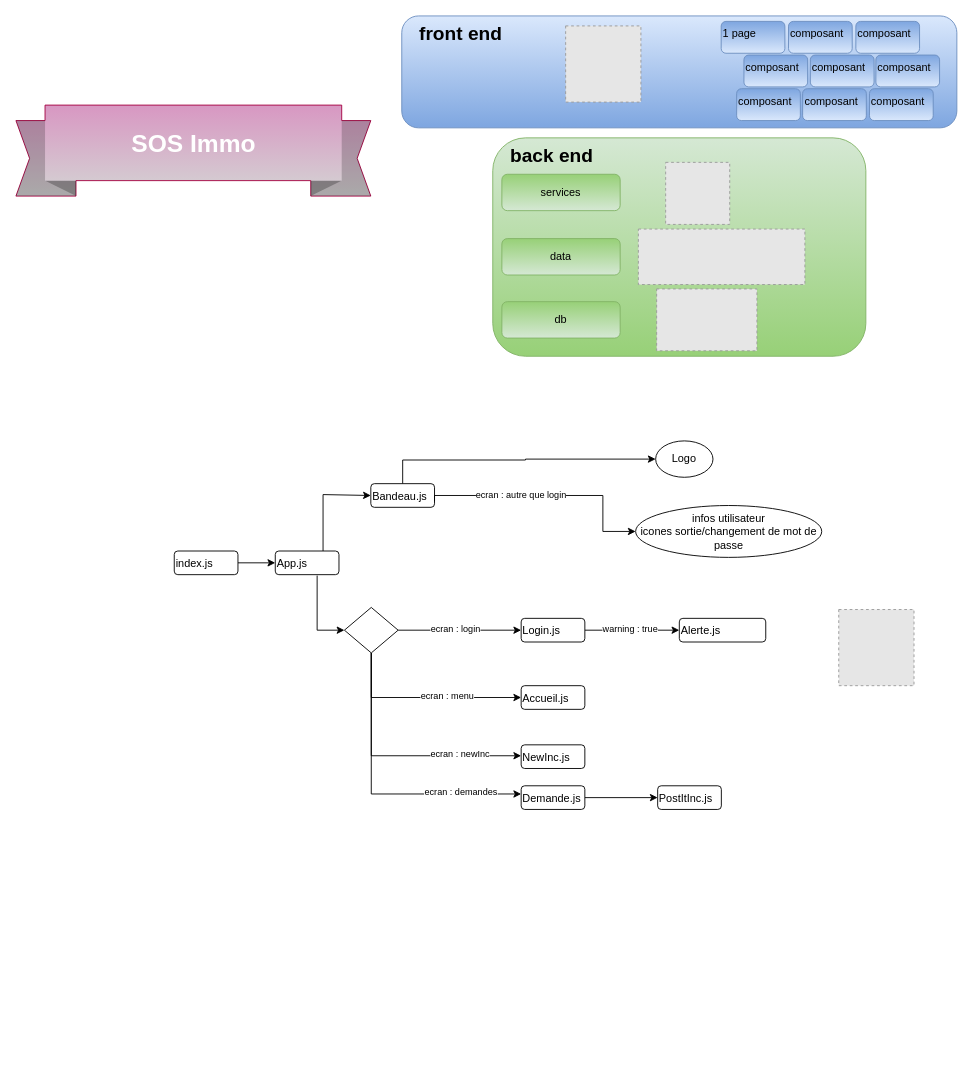
The draw.io diagram doc/archi V1.drawio in mapette/sos_immo_backend, before the edit. Source tidied: cells renumbered, new cells numbered last; positions are measured from the earlier drawing's top-left corner, leaving out a move shared by most shapes. Both pictures are drawn from the tidied source at 91%, with x=0, y=0 at pixel (15, 15). Pictures stored in the file or linked from it are replaced by grey dashed boxes.
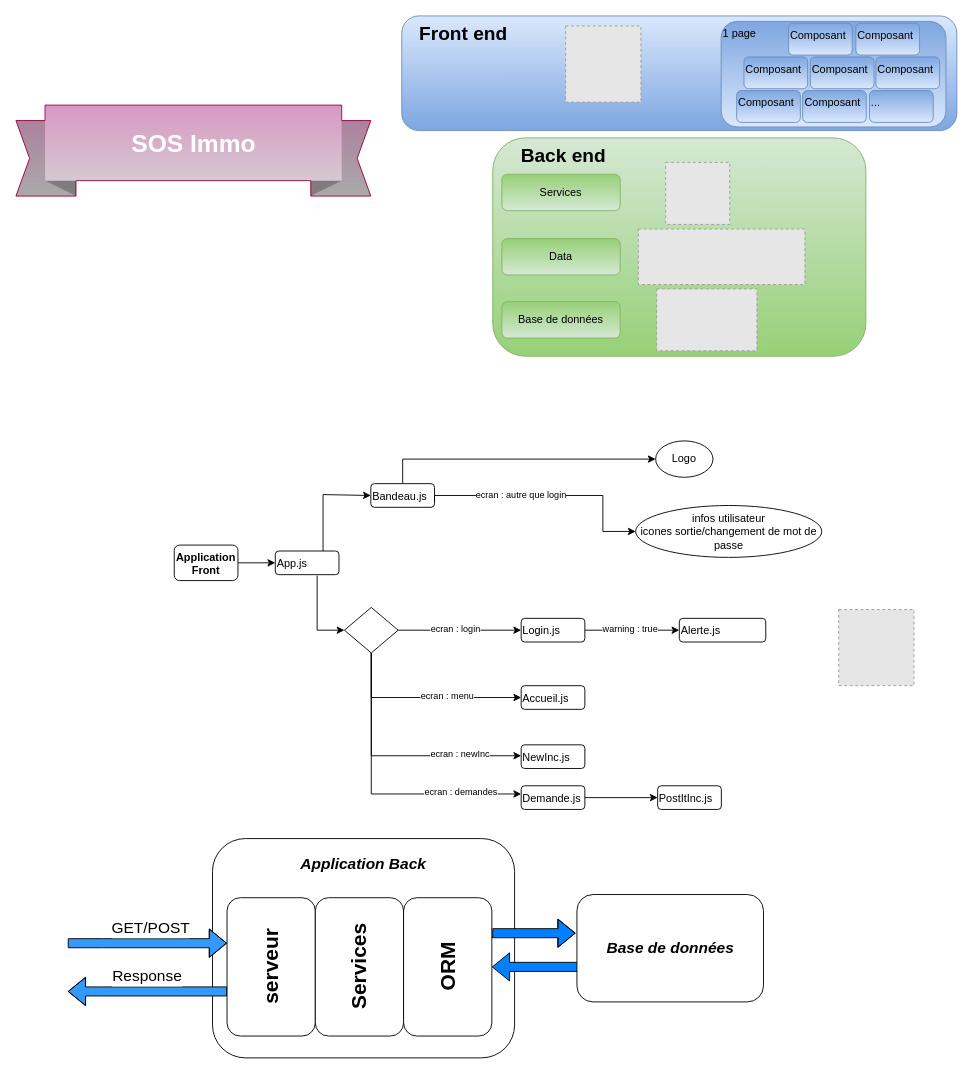
After the change.

The change refers to these unchanged cells:
```xml
<mxCell id="33" value="Bandeau.js" style="rounded=1;whiteSpace=wrap;html=1;verticalAlign=top;align=left;fontStyle=0;fontSize=12;gradientDirection=north;" parent="1" vertex="1">
  <mxGeometry x="390" y="514" width="70" height="26" as="geometry" />
</mxCell>
<mxCell id="36" value="Logo" style="ellipse;whiteSpace=wrap;html=1;align=center;verticalAlign=middle;rounded=1;fontStyle=0;gradientDirection=north;" parent="1" vertex="1">
  <mxGeometry x="703" y="467" width="63" height="40" as="geometry" />
</mxCell>
```

Diff of the diagram source:
```diff
@@
+    <mxCell id="46" value="&lt;font style=&quot;font-size: 17px; line-height: 2.6;&quot;&gt;&lt;i style=&quot;&quot;&gt;&lt;b&gt;Application Back&lt;/b&gt;&lt;/i&gt;&lt;/font&gt;" style="rounded=1;whiteSpace=wrap;html=1;verticalAlign=top;align=center;fontStyle=0;fontSize=12;gradientDirection=north;" parent="1" vertex="1">
+      <mxGeometry x="216" y="904" width="332" height="241" as="geometry" />
+    </mxCell>
-    <mxCell id="2" value="&amp;nbsp; &amp;nbsp;back end" style="rounded=1;whiteSpace=wrap;html=1;fillColor=#d5e8d4;strokeColor=#82b366;verticalAlign=top;align=left;fontStyle=1;fontSize=21;gradientColor=#97D077;" parent="1" vertex="1">
+    <mxCell id="2" value="&amp;nbsp; &amp;nbsp; &amp;nbsp;Back end" style="rounded=1;whiteSpace=wrap;html=1;fillColor=#d5e8d4;strokeColor=#82b366;verticalAlign=top;align=left;fontStyle=1;fontSize=21;gradientColor=#97D077;" parent="1" vertex="1">
       <mxGeometry x="524" y="134" width="410" height="240" as="geometry" />
     </mxCell>
-    <mxCell id="3" value="&amp;nbsp; &amp;nbsp;front end" style="rounded=1;whiteSpace=wrap;html=1;fillColor=#dae8fc;gradientColor=#7ea6e0;strokeColor=#6c8ebf;verticalAlign=top;align=left;fontStyle=1;fontSize=21;" parent="1" vertex="1">
-      <mxGeometry x="424" width="610" height="123" as="geometry" />
+    <mxCell id="3" value="&amp;nbsp; &amp;nbsp;Front end" style="rounded=1;whiteSpace=wrap;html=1;fillColor=#dae8fc;gradientColor=#7ea6e0;strokeColor=#6c8ebf;verticalAlign=top;align=left;fontStyle=1;fontSize=21;" parent="1" vertex="1">
+      <mxGeometry x="424" width="610" height="126" as="geometry" />
     </mxCell>
-    <mxCell id="4" value="db" style="rounded=1;whiteSpace=wrap;html=1;fillColor=#d5e8d4;gradientColor=#97d077;strokeColor=#82b366;gradientDirection=north;" parent="1" vertex="1">
+    <mxCell id="4" value="Base de données" style="rounded=1;whiteSpace=wrap;html=1;fillColor=#d5e8d4;gradientColor=#97d077;strokeColor=#82b366;gradientDirection=north;" parent="1" vertex="1">
       <mxGeometry x="534" y="314" width="130" height="40" as="geometry" />
     </mxCell>
-    <mxCell id="5" value="services" style="rounded=1;whiteSpace=wrap;html=1;fillColor=#d5e8d4;gradientColor=#97d077;strokeColor=#82b366;gradientDirection=north;" parent="1" vertex="1">
+    <mxCell id="5" value="Services" style="rounded=1;whiteSpace=wrap;html=1;fillColor=#d5e8d4;gradientColor=#97d077;strokeColor=#82b366;gradientDirection=north;" parent="1" vertex="1">
       <mxGeometry x="534" y="174" width="130" height="40" as="geometry" />
     </mxCell>
-    <mxCell id="6" value="data" style="rounded=1;whiteSpace=wrap;html=1;fillColor=#d5e8d4;gradientColor=#97d077;strokeColor=#82b366;gradientDirection=north;" parent="1" vertex="1">
+    <mxCell id="6" value="Data" style="rounded=1;whiteSpace=wrap;html=1;fillColor=#d5e8d4;gradientColor=#97d077;strokeColor=#82b366;gradientDirection=north;" parent="1" vertex="1">
       <mxGeometry x="534" y="244.7" width="130" height="40" as="geometry" />
     </mxCell>
@@
     <mxCell id="13" value="1 page" style="rounded=1;whiteSpace=wrap;html=1;fillColor=#dae8fc;gradientColor=#7ea6e0;strokeColor=#6c8ebf;verticalAlign=top;align=left;fontStyle=0;fontSize=12;gradientDirection=north;" parent="1" vertex="1">
-      <mxGeometry x="775" y="6" width="70" height="35" as="geometry" />
+      <mxGeometry x="775" y="6" width="247" height="116" as="geometry" />
     </mxCell>
-    <mxCell id="14" value="composant" style="rounded=1;whiteSpace=wrap;html=1;fillColor=#dae8fc;gradientColor=#7ea6e0;strokeColor=#6c8ebf;verticalAlign=top;align=left;fontStyle=0;fontSize=12;gradientDirection=north;" parent="1" vertex="1">
-      <mxGeometry x="849" y="6" width="70" height="35" as="geometry" />
+    <mxCell id="14" value="Composant" style="rounded=1;whiteSpace=wrap;html=1;fillColor=#dae8fc;gradientColor=#7ea6e0;strokeColor=#6c8ebf;verticalAlign=top;align=left;fontStyle=0;fontSize=12;gradientDirection=north;" parent="1" vertex="1">
+      <mxGeometry x="849" y="8" width="70" height="35" as="geometry" />
     </mxCell>
-    <mxCell id="15" value="composant" style="rounded=1;whiteSpace=wrap;html=1;fillColor=#dae8fc;gradientColor=#7ea6e0;strokeColor=#6c8ebf;verticalAlign=top;align=left;fontStyle=0;fontSize=12;gradientDirection=north;" parent="1" vertex="1">
-      <mxGeometry x="800" y="43" width="70" height="35" as="geometry" />
+    <mxCell id="15" value="Composant" style="rounded=1;whiteSpace=wrap;html=1;fillColor=#dae8fc;gradientColor=#7ea6e0;strokeColor=#6c8ebf;verticalAlign=top;align=left;fontStyle=0;fontSize=12;gradientDirection=north;" parent="1" vertex="1">
+      <mxGeometry x="800" y="45" width="70" height="35" as="geometry" />
     </mxCell>
-    <mxCell id="16" value="composant" style="rounded=1;whiteSpace=wrap;html=1;fillColor=#dae8fc;gradientColor=#7ea6e0;strokeColor=#6c8ebf;verticalAlign=top;align=left;fontStyle=0;fontSize=12;gradientDirection=north;" parent="1" vertex="1">
-      <mxGeometry x="873" y="43" width="70" height="35" as="geometry" />
+    <mxCell id="16" value="Composant" style="rounded=1;whiteSpace=wrap;html=1;fillColor=#dae8fc;gradientColor=#7ea6e0;strokeColor=#6c8ebf;verticalAlign=top;align=left;fontStyle=0;fontSize=12;gradientDirection=north;" parent="1" vertex="1">
+      <mxGeometry x="873" y="45" width="70" height="35" as="geometry" />
     </mxCell>
-    <mxCell id="17" value="composant" style="rounded=1;whiteSpace=wrap;html=1;fillColor=#dae8fc;gradientColor=#7ea6e0;strokeColor=#6c8ebf;verticalAlign=top;align=left;fontStyle=0;fontSize=12;gradientDirection=north;" parent="1" vertex="1">
-      <mxGeometry x="923" y="6" width="70" height="35" as="geometry" />
+    <mxCell id="17" value="Composant" style="rounded=1;whiteSpace=wrap;html=1;fillColor=#dae8fc;gradientColor=#7ea6e0;strokeColor=#6c8ebf;verticalAlign=top;align=left;fontStyle=0;fontSize=12;gradientDirection=north;" parent="1" vertex="1">
+      <mxGeometry x="923" y="8" width="70" height="35" as="geometry" />
     </mxCell>
-    <mxCell id="18" value="composant" style="rounded=1;whiteSpace=wrap;html=1;fillColor=#dae8fc;gradientColor=#7ea6e0;strokeColor=#6c8ebf;verticalAlign=top;align=left;fontStyle=0;fontSize=12;gradientDirection=north;" parent="1" vertex="1">
-      <mxGeometry x="945" y="43" width="70" height="35" as="geometry" />
+    <mxCell id="18" value="Composant" style="rounded=1;whiteSpace=wrap;html=1;fillColor=#dae8fc;gradientColor=#7ea6e0;strokeColor=#6c8ebf;verticalAlign=top;align=left;fontStyle=0;fontSize=12;gradientDirection=north;" parent="1" vertex="1">
+      <mxGeometry x="945" y="45" width="70" height="35" as="geometry" />
     </mxCell>
-    <mxCell id="19" value="composant" style="rounded=1;whiteSpace=wrap;html=1;fillColor=#dae8fc;gradientColor=#7ea6e0;strokeColor=#6c8ebf;verticalAlign=top;align=left;fontStyle=0;fontSize=12;gradientDirection=north;" parent="1" vertex="1">
-      <mxGeometry x="864.5" y="80" width="70" height="35" as="geometry" />
+    <mxCell id="19" value="Composant" style="rounded=1;whiteSpace=wrap;html=1;fillColor=#dae8fc;gradientColor=#7ea6e0;strokeColor=#6c8ebf;verticalAlign=top;align=left;fontStyle=0;fontSize=12;gradientDirection=north;" parent="1" vertex="1">
+      <mxGeometry x="864.5" y="82" width="70" height="35" as="geometry" />
     </mxCell>
-    <mxCell id="20" value="composant" style="rounded=1;whiteSpace=wrap;html=1;fillColor=#dae8fc;gradientColor=#7ea6e0;strokeColor=#6c8ebf;verticalAlign=top;align=left;fontStyle=0;fontSize=12;gradientDirection=north;" parent="1" vertex="1">
-      <mxGeometry x="792" y="80" width="70" height="35" as="geometry" />
+    <mxCell id="20" value="Composant" style="rounded=1;whiteSpace=wrap;html=1;fillColor=#dae8fc;gradientColor=#7ea6e0;strokeColor=#6c8ebf;verticalAlign=top;align=left;fontStyle=0;fontSize=12;gradientDirection=north;" parent="1" vertex="1">
+      <mxGeometry x="792" y="82" width="70" height="35" as="geometry" />
     </mxCell>
-    <mxCell id="21" value="composant" style="rounded=1;whiteSpace=wrap;html=1;fillColor=#dae8fc;gradientColor=#7ea6e0;strokeColor=#6c8ebf;verticalAlign=top;align=left;fontStyle=0;fontSize=12;gradientDirection=north;" parent="1" vertex="1">
-      <mxGeometry x="938" y="80" width="70" height="35" as="geometry" />
+    <mxCell id="21" value="..." style="rounded=1;whiteSpace=wrap;html=1;fillColor=#dae8fc;gradientColor=#7ea6e0;strokeColor=#6c8ebf;verticalAlign=top;align=left;fontStyle=0;fontSize=12;gradientDirection=north;" parent="1" vertex="1">
+      <mxGeometry x="938" y="82" width="70" height="35" as="geometry" />
     </mxCell>
@@
     <mxCell id="32" style="edgeStyle=orthogonalEdgeStyle;rounded=0;jettySize=auto;html=1;fontSize=10;entryX=0;entryY=0.5;entryDx=0;entryDy=0;exitX=0.5;exitY=0;exitDx=0;exitDy=0;spacingBottom=1;" parent="1" edge="1" source="33" target="36">
       <mxGeometry relative="1" as="geometry">
         <Array as="points">
-          <mxPoint x="425" y="488" />
-          <mxPoint x="560" y="488" />
-          <mxPoint x="560" y="487" />
+          <mxPoint x="425" y="487" />
         </Array>
       </mxGeometry>
     </mxCell>
@@
-    <mxCell id="35" value="index.js" style="rounded=1;whiteSpace=wrap;html=1;verticalAlign=top;align=left;fontStyle=0;fontSize=12;gradientDirection=north;" parent="1" vertex="1">
-      <mxGeometry x="174" y="588" width="70" height="26" as="geometry" />
+    <mxCell id="35" value="&lt;b&gt;Application Front&lt;/b&gt;" style="rounded=1;whiteSpace=wrap;html=1;verticalAlign=top;align=center;fontStyle=0;fontSize=12;gradientDirection=north;" parent="1" vertex="1">
+      <mxGeometry x="174" y="581.5" width="70" height="39" as="geometry" />
     </mxCell>
@@
+    <mxCell id="47" value="serveur" style="rounded=1;whiteSpace=wrap;html=1;verticalAlign=middle;align=center;fontStyle=1;fontSize=23;gradientDirection=north;horizontal=0;" parent="1" vertex="1">
+      <mxGeometry x="232" y="969" width="97" height="152" as="geometry" />
+    </mxCell>
+    <mxCell id="48" value="Services" style="rounded=1;whiteSpace=wrap;html=1;verticalAlign=middle;align=center;fontStyle=1;fontSize=23;gradientDirection=north;horizontal=0;" parent="1" vertex="1">
+      <mxGeometry x="329" y="969" width="97" height="152" as="geometry" />
+    </mxCell>
+    <mxCell id="49" style="edgeStyle=orthogonalEdgeStyle;shape=flexArrow;rounded=0;jettySize=auto;html=1;fontSize=17;fontColor=none;exitX=0;exitY=0.75;exitDx=0;exitDy=0;entryX=-0.007;entryY=0.36;entryDx=0;entryDy=0;entryPerimeter=0;fillColor=#007FFF;" parent="1" edge="1" source="51" target="52">
+      <mxGeometry relative="1" as="geometry">
+        <Array as="points">
+          <mxPoint x="519" y="1008" />
+        </Array>
+      </mxGeometry>
+    </mxCell>
+    <mxCell id="50" style="edgeStyle=orthogonalEdgeStyle;shape=flexArrow;rounded=0;jettySize=auto;html=1;fontSize=17;fontColor=none;exitX=0.022;exitY=0.674;exitDx=0;exitDy=0;exitPerimeter=0;fillColor=#007FFF;" parent="1" edge="1" source="52" target="51">
+      <mxGeometry relative="1" as="geometry" />
+    </mxCell>
+    <mxCell id="51" value="ORM" style="rounded=1;whiteSpace=wrap;html=1;verticalAlign=middle;align=center;fontStyle=1;fontSize=23;gradientDirection=north;horizontal=0;direction=west;flipH=0;" parent="1" vertex="1">
+      <mxGeometry x="426" y="969" width="97" height="152" as="geometry" />
+    </mxCell>
+    <mxCell id="52" value="&lt;div style=&quot;&quot;&gt;&lt;i style=&quot;background-color: initial; font-size: 17px;&quot;&gt;&lt;b&gt;Base de données&lt;/b&gt;&lt;/i&gt;&lt;/div&gt;" style="rounded=1;whiteSpace=wrap;html=1;verticalAlign=middle;align=center;fontStyle=0;fontSize=12;gradientDirection=north;" parent="1" vertex="1">
+      <mxGeometry x="616.5" y="965.5" width="205" height="118" as="geometry" />
+    </mxCell>
+    <mxCell id="53" value="Response" style="edgeStyle=orthogonalEdgeStyle;shape=flexArrow;rounded=0;orthogonalLoop=1;jettySize=auto;html=1;fontSize=17;fontColor=none;exitX=0.022;exitY=0.674;exitDx=0;exitDy=0;exitPerimeter=0;fillColor=#3399FF;spacingBottom=-4;" parent="1" edge="1">
+      <mxGeometry x="0.01" y="-18" relative="1" as="geometry">
+        <mxPoint x="232" y="1072" as="sourcePoint" />
+        <mxPoint x="57" y="1072" as="targetPoint" />
+        <Array as="points">
+          <mxPoint x="95" y="1072" />
+          <mxPoint x="95" y="1072" />
+        </Array>
+      </mxGeometry>
+    </mxCell>
+    <mxCell id="54" value="GET/POST" style="edgeStyle=orthogonalEdgeStyle;shape=flexArrow;rounded=0;orthogonalLoop=1;jettySize=auto;html=1;fontSize=17;fontColor=none;exitX=0.022;exitY=0.674;exitDx=0;exitDy=0;exitPerimeter=0;fillColor=#3399FF;spacingBottom=-12;" parent="1" edge="1">
+      <mxGeometry x="0.04" y="22" relative="1" as="geometry">
+        <mxPoint x="57" y="1019" as="sourcePoint" />
+        <mxPoint x="232" y="1019" as="targetPoint" />
+        <Array as="points">
+          <mxPoint x="95" y="1019" />
+          <mxPoint x="95" y="1019" />
+        </Array>
+      </mxGeometry>
+    </mxCell>
```
